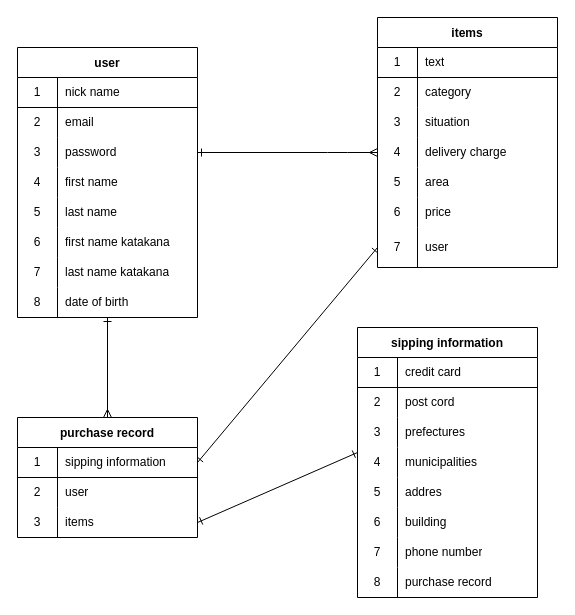
Earlier version of the draw.io diagram er.dio (nohararyota/furima-37460). Source tidied: cells renumbered, new cells numbered last; positions are measured from the earlier drawing's top-left corner, leaving out a move shared by most shapes. Both pictures are drawn from the tidied source at 100%, with x=0, y=0 at pixel (17, 17).
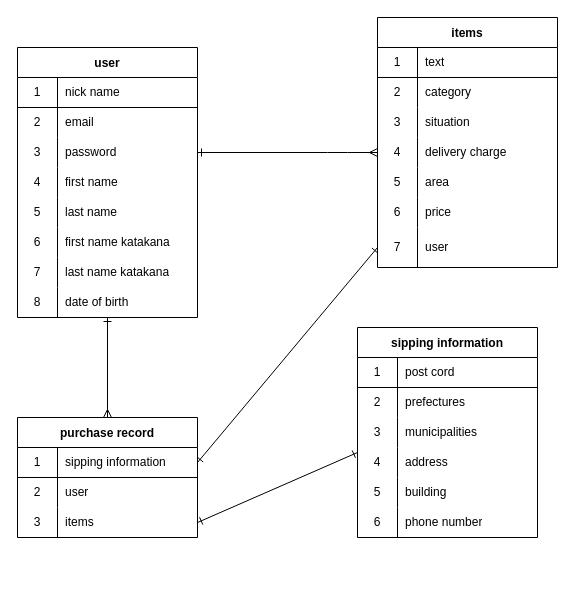
After the change.

Unchanged cells that the change refers to:
```xml
<mxCell id="61" style="shape=partialRectangle;html=1;whiteSpace=wrap;fillColor=none;top=0;left=0;bottom=1;right=0;" parent="60" vertex="1">
  <mxGeometry y="30" width="180" height="30" as="geometry" />
</mxCell>
<mxCell id="64" style="shape=partialRectangle;html=1;whiteSpace=wrap;fillColor=none;top=0;left=0;bottom=0;right=0;" parent="60" vertex="1">
  <mxGeometry y="60" width="180" height="30" as="geometry" />
</mxCell>
<mxCell id="67" style="shape=partialRectangle;html=1;whiteSpace=wrap;fillColor=none;top=0;left=0;bottom=0;right=0;" parent="60" vertex="1">
  <mxGeometry y="90" width="180" height="30" as="geometry" />
</mxCell>
<mxCell id="70" style="shape=partialRectangle;html=1;whiteSpace=wrap;fillColor=none;top=0;left=0;bottom=0;right=0;" parent="60" vertex="1">
  <mxGeometry y="120" width="180" height="30" as="geometry" />
</mxCell>
<mxCell id="73" style="shape=partialRectangle;html=1;whiteSpace=wrap;fillColor=none;top=0;left=0;bottom=0;right=0;" parent="60" vertex="1">
  <mxGeometry y="150" width="180" height="30" as="geometry" />
</mxCell>
<mxCell id="76" style="shape=partialRectangle;html=1;whiteSpace=wrap;fillColor=none;top=0;left=0;bottom=0;right=0;" parent="60" vertex="1">
  <mxGeometry y="180" width="180" height="30" as="geometry" />
</mxCell>
```

Diff of the diagram source:
```diff
@@
     <mxCell id="60" value="sipping information" style="shape=table;startSize=30;childLayout=tableLayout;rowLines=0;fontStyle=1;align=center;" parent="1" vertex="1">
-      <mxGeometry x="340" y="310" width="180" height="270" as="geometry" />
+      <mxGeometry x="340" y="310" width="180" height="210" as="geometry" />
     </mxCell>
@@
-    <mxCell id="63" value="credit card" style="shape=partialRectangle;html=1;whiteSpace=wrap;fillColor=none;top=0;left=0;bottom=0;right=0;align=left;spacingLeft=6;overflow=hidden;" parent="61" vertex="1">
+    <mxCell id="63" value="post cord" style="shape=partialRectangle;html=1;whiteSpace=wrap;fillColor=none;top=0;left=0;bottom=0;right=0;align=left;spacingLeft=6;overflow=hidden;" parent="61" vertex="1">
       <mxGeometry x="40" width="140" height="30" as="geometry" />
     </mxCell>
@@
-    <mxCell id="66" value="post cord" style="shape=partialRectangle;html=1;whiteSpace=wrap;fillColor=none;top=0;left=0;bottom=0;right=0;align=left;spacingLeft=6;overflow=hidden;" parent="64" vertex="1">
+    <mxCell id="66" value="prefectures" style="shape=partialRectangle;html=1;whiteSpace=wrap;fillColor=none;top=0;left=0;bottom=0;right=0;align=left;spacingLeft=6;overflow=hidden;" parent="64" vertex="1">
       <mxGeometry x="40" width="140" height="30" as="geometry" />
     </mxCell>
@@
-    <mxCell id="69" value="prefectures" style="shape=partialRectangle;html=1;whiteSpace=wrap;fillColor=none;top=0;left=0;bottom=0;right=0;align=left;spacingLeft=6;overflow=hidden;" parent="67" vertex="1">
+    <mxCell id="69" value="municipalities" style="shape=partialRectangle;html=1;whiteSpace=wrap;fillColor=none;top=0;left=0;bottom=0;right=0;align=left;spacingLeft=6;overflow=hidden;" parent="67" vertex="1">
       <mxGeometry x="40" width="140" height="30" as="geometry" />
     </mxCell>
@@
-    <mxCell id="72" value="municipalities" style="shape=partialRectangle;html=1;whiteSpace=wrap;fillColor=none;top=0;left=0;bottom=0;right=0;align=left;spacingLeft=6;overflow=hidden;" parent="70" vertex="1">
+    <mxCell id="72" value="address" style="shape=partialRectangle;html=1;whiteSpace=wrap;fillColor=none;top=0;left=0;bottom=0;right=0;align=left;spacingLeft=6;overflow=hidden;" parent="70" vertex="1">
       <mxGeometry x="40" width="140" height="30" as="geometry" />
     </mxCell>
@@
-    <mxCell id="75" value="addres" style="shape=partialRectangle;html=1;whiteSpace=wrap;fillColor=none;top=0;left=0;bottom=0;right=0;align=left;spacingLeft=6;overflow=hidden;" parent="73" vertex="1">
+    <mxCell id="75" value="building" style="shape=partialRectangle;html=1;whiteSpace=wrap;fillColor=none;top=0;left=0;bottom=0;right=0;align=left;spacingLeft=6;overflow=hidden;" parent="73" vertex="1">
       <mxGeometry x="40" width="140" height="30" as="geometry" />
     </mxCell>
@@
-    <mxCell id="78" value="building" style="shape=partialRectangle;html=1;whiteSpace=wrap;fillColor=none;top=0;left=0;bottom=0;right=0;align=left;spacingLeft=6;overflow=hidden;" parent="76" vertex="1">
+    <mxCell id="78" value="phone number" style="shape=partialRectangle;html=1;whiteSpace=wrap;fillColor=none;top=0;left=0;bottom=0;right=0;align=left;spacingLeft=6;overflow=hidden;" parent="76" vertex="1">
       <mxGeometry x="40" width="140" height="30" as="geometry" />
     </mxCell>
-    <mxCell id="79" style="shape=partialRectangle;html=1;whiteSpace=wrap;fillColor=none;top=0;left=0;bottom=0;right=0;" parent="60" vertex="1">
-      <mxGeometry y="210" width="180" height="30" as="geometry" />
-    </mxCell>
-    <mxCell id="80" value="7" style="shape=partialRectangle;html=1;whiteSpace=wrap;fillColor=none;top=0;left=0;bottom=0;right=0;overflow=hidden;" parent="79" vertex="1">
-      <mxGeometry width="40" height="30" as="geometry" />
-    </mxCell>
-    <mxCell id="81" value="phone number" style="shape=partialRectangle;html=1;whiteSpace=wrap;fillColor=none;top=0;left=0;bottom=0;right=0;align=left;spacingLeft=6;overflow=hidden;" parent="79" vertex="1">
-      <mxGeometry x="40" width="140" height="30" as="geometry" />
-    </mxCell>
-    <mxCell id="82" style="shape=partialRectangle;html=1;whiteSpace=wrap;fillColor=none;top=0;left=0;bottom=0;right=0;" parent="60" vertex="1">
-      <mxGeometry y="240" width="180" height="30" as="geometry" />
-    </mxCell>
-    <mxCell id="83" value="8" style="shape=partialRectangle;html=1;whiteSpace=wrap;fillColor=none;top=0;left=0;bottom=0;right=0;overflow=hidden;" parent="82" vertex="1">
-      <mxGeometry width="40" height="30" as="geometry" />
-    </mxCell>
-    <mxCell id="84" value="purchase record" style="shape=partialRectangle;html=1;whiteSpace=wrap;fillColor=none;top=0;left=0;bottom=0;right=0;align=left;spacingLeft=6;overflow=hidden;" parent="82" vertex="1">
-      <mxGeometry x="40" width="140" height="30" as="geometry" />
-    </mxCell>
```
